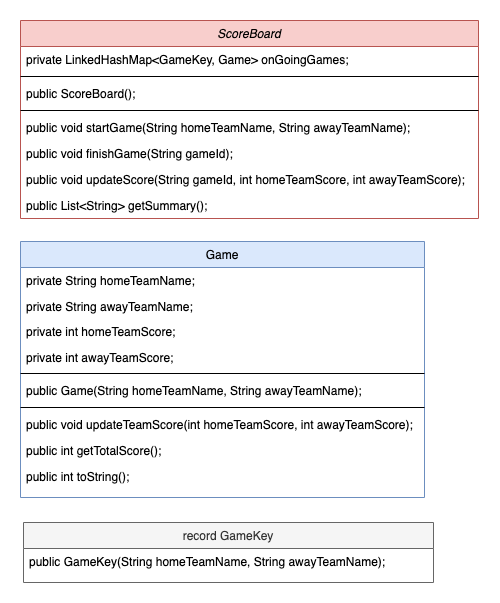
Earlier version of the draw.io export docs/class_component_diagram.png (krisschaaf/football_wc_score_board). Source tidied: cells renumbered, new cells last; positions are measured from the earlier drawing's top-left corner, leaving out a move shared by most shapes.
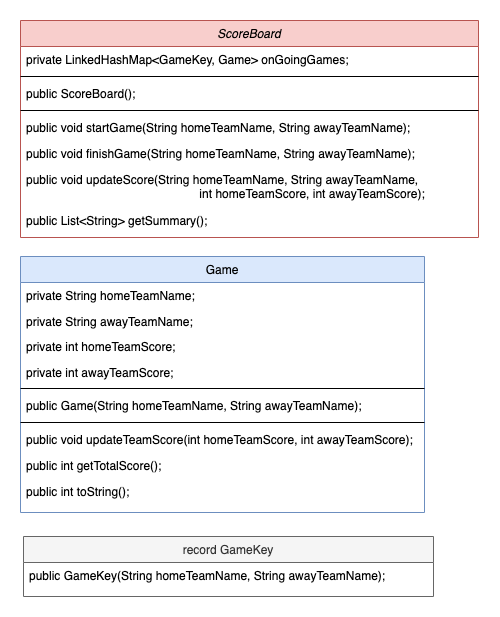
Later version of the same file.

The edit, as a diff of the source:
```diff
@@ -3,7 +3,7 @@
     <mxCell id="0" />
     <mxCell id="1" parent="0" />
     <mxCell id="2" value="ScoreBoard" style="swimlane;fontStyle=2;align=center;verticalAlign=top;horizontal=1;startSize=26;rounded=0;shadow=0;strokeWidth=1;fillColor=#f8cecc;strokeColor=#b85450;" parent="1" vertex="1">
-      <mxGeometry width="458" height="198" as="geometry" />
+      <mxGeometry width="458" height="217" as="geometry" />
     </mxCell>
     <mxCell id="3" value="private LinkedHashMap&lt;GameKey, Game&gt; onGoingGames;" style="text;align=left;verticalAlign=top;spacingLeft=4;spacingRight=4;overflow=hidden;" parent="2" vertex="1">
       <mxGeometry y="26" width="458" height="26" as="geometry" />
@@ -20,17 +20,17 @@
     <mxCell id="7" value="public void startGame(String homeTeamName, String awayTeamName);" style="text;align=left;verticalAlign=top;spacingLeft=4;spacingRight=4;overflow=hidden;" parent="2" vertex="1">
       <mxGeometry y="94" width="458" height="26" as="geometry" />
     </mxCell>
-    <mxCell id="8" value="public void finishGame(String gameId);" style="text;align=left;verticalAlign=top;spacingLeft=4;spacingRight=4;overflow=hidden;" parent="2" vertex="1">
+    <mxCell id="8" value="public void finishGame(String homeTeamName, String awayTeamName);" style="text;align=left;verticalAlign=top;spacingLeft=4;spacingRight=4;overflow=hidden;" parent="2" vertex="1">
       <mxGeometry y="120" width="458" height="26" as="geometry" />
     </mxCell>
-    <mxCell id="9" value="public void updateScore(String gameId, int homeTeamScore, int awayTeamScore);" style="text;align=left;verticalAlign=top;spacingLeft=4;spacingRight=4;overflow=hidden;" parent="2" vertex="1">
-      <mxGeometry y="146" width="458" height="26" as="geometry" />
+    <mxCell id="9" value="public void updateScore(String homeTeamName, String awayTeamName, &#10;                                                    int homeTeamScore, int awayTeamScore);" style="text;align=left;verticalAlign=top;spacingLeft=4;spacingRight=4;overflow=hidden;" parent="2" vertex="1">
+      <mxGeometry y="146" width="458" height="41" as="geometry" />
     </mxCell>
     <mxCell id="10" value="public List&lt;String&gt; getSummary();" style="text;align=left;verticalAlign=top;spacingLeft=4;spacingRight=4;overflow=hidden;" parent="2" vertex="1">
-      <mxGeometry y="172" width="458" height="26" as="geometry" />
+      <mxGeometry y="187" width="458" height="26" as="geometry" />
     </mxCell>
     <mxCell id="11" value="Game" style="swimlane;fontStyle=0;align=center;verticalAlign=top;horizontal=1;startSize=26;rounded=0;shadow=0;strokeWidth=1;fillColor=#dae8fc;strokeColor=#6c8ebf;" parent="1" vertex="1">
-      <mxGeometry y="221" width="404" height="256" as="geometry" />
+      <mxGeometry y="236" width="404" height="256" as="geometry" />
     </mxCell>
     <mxCell id="12" value="private String homeTeamName;" style="text;align=left;verticalAlign=top;spacingLeft=4;spacingRight=4;overflow=hidden;" parent="11" vertex="1">
       <mxGeometry y="26" width="404" height="26" as="geometry" />
@@ -63,7 +63,7 @@
       <mxGeometry y="222" width="404" height="26" as="geometry" />
     </mxCell>
     <mxCell id="22" value="record GameKey" style="swimlane;fontStyle=0;align=center;verticalAlign=top;horizontal=1;startSize=26;rounded=0;shadow=0;strokeWidth=1;fillColor=#f5f5f5;fontColor=#333333;strokeColor=#666666;" parent="1" vertex="1">
-      <mxGeometry x="3" y="502" width="410" height="60" as="geometry" />
+      <mxGeometry x="3" y="516" width="410" height="60" as="geometry" />
     </mxCell>
     <mxCell id="23" value="public GameKey(String homeTeamName, String awayTeamName);" style="text;align=left;verticalAlign=top;spacingLeft=4;spacingRight=4;overflow=hidden;" parent="22" vertex="1">
       <mxGeometry y="26" width="410" height="26" as="geometry" />
```
